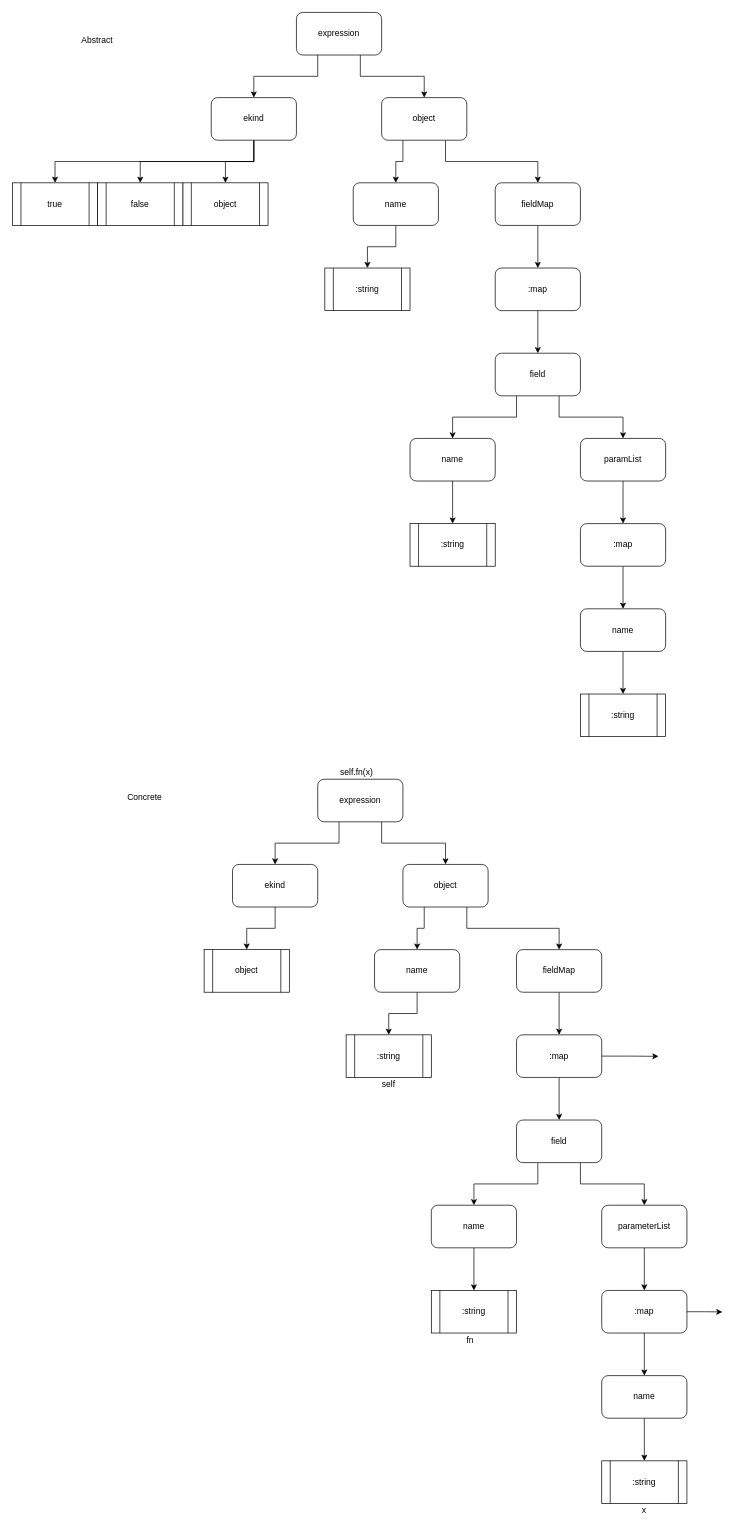
bmfbp/bmfbp keeps this draw.io diagram as build_process/esa-transpiler/exprtypes.drawio. Above is the earlier version. Source tidied: cells renumbered, new cells numbered last; positions are measured from the earlier drawing's top-left corner, leaving out a move shared by most shapes. Both pictures are drawn from the tidied source at 71%, with x=0, y=0 at pixel (12, 12).
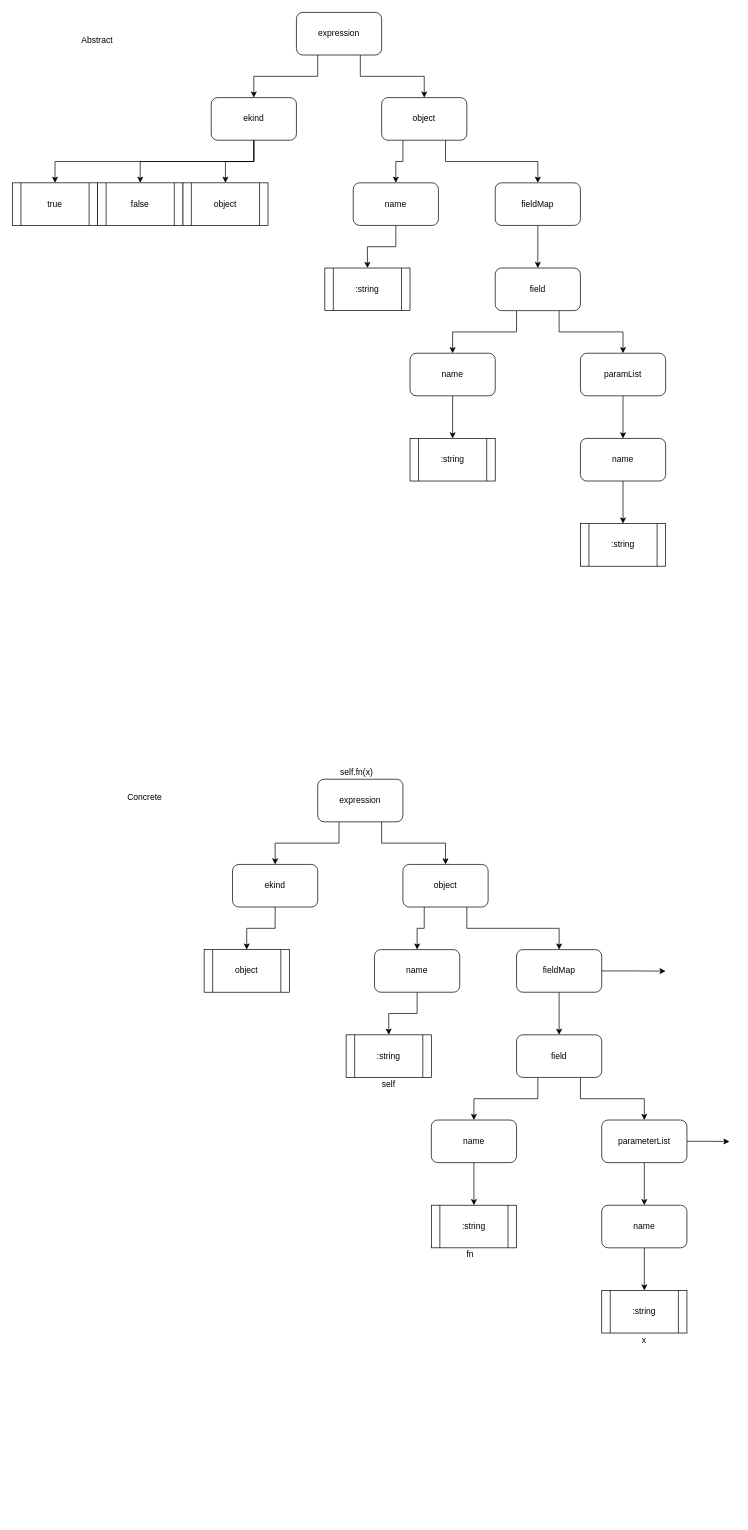
After the change.

Unchanged cells that the change refers to:
```xml
<mxCell id="16" value="fieldMap" style="rounded=1;whiteSpace=wrap;html=1;" parent="1" vertex="1">
  <mxGeometry x="680" y="240" width="120" height="60" as="geometry" />
</mxCell>
<mxCell id="46" value="fieldMap" style="rounded=1;whiteSpace=wrap;html=1;" parent="1" vertex="1">
  <mxGeometry x="710" y="1320" width="120" height="60" as="geometry" />
</mxCell>
```

What changed in the source:
```diff
@@
-    <mxCell id="15" style="edgeStyle=orthogonalEdgeStyle;rounded=0;jettySize=auto;html=1;exitX=0.5;exitY=1;exitDx=0;exitDy=0;entryX=0.5;entryY=0;entryDx=0;entryDy=0;" parent="1" edge="1" source="16" target="21">
-      <mxGeometry relative="1" as="geometry" />
-    </mxCell>
+    <mxCell id="72" style="edgeStyle=orthogonalEdgeStyle;rounded=0;jettySize=auto;html=1;exitX=0.5;exitY=1;exitDx=0;exitDy=0;entryX=0.5;entryY=0;entryDx=0;entryDy=0;" parent="1" edge="1" source="16" target="24">
+      <mxGeometry relative="1" as="geometry" />
+    </mxCell>
@@
-    <mxCell id="20" style="edgeStyle=orthogonalEdgeStyle;rounded=0;jettySize=auto;html=1;exitX=0.5;exitY=1;exitDx=0;exitDy=0;" parent="1" edge="1" source="21" target="24">
-      <mxGeometry relative="1" as="geometry" />
-    </mxCell>
-    <mxCell id="21" value=":map" style="rounded=1;whiteSpace=wrap;html=1;" parent="1" vertex="1">
-      <mxGeometry x="680" y="360" width="120" height="60" as="geometry" />
-    </mxCell>
@@
     <mxCell id="24" value="field" style="rounded=1;whiteSpace=wrap;html=1;" parent="1" vertex="1">
-      <mxGeometry x="680" y="480" width="120" height="60" as="geometry" />
+      <mxGeometry x="680" y="360" width="120" height="60" as="geometry" />
     </mxCell>
@@
     <mxCell id="26" value="name" style="rounded=1;whiteSpace=wrap;html=1;" parent="1" vertex="1">
-      <mxGeometry x="560" y="600" width="120" height="60" as="geometry" />
+      <mxGeometry x="560" y="480" width="120" height="60" as="geometry" />
     </mxCell>
@@
     <mxCell id="28" value="name" style="rounded=1;whiteSpace=wrap;html=1;" parent="1" vertex="1">
-      <mxGeometry x="800" y="840" width="120" height="60" as="geometry" />
+      <mxGeometry x="800" y="600" width="120" height="60" as="geometry" />
     </mxCell>
     <mxCell id="29" value=":string" style="shape=process;whiteSpace=wrap;html=1;backgroundOutline=1;" parent="1" vertex="1">
-      <mxGeometry x="560" y="720" width="120" height="60" as="geometry" />
+      <mxGeometry x="560" y="600" width="120" height="60" as="geometry" />
     </mxCell>
     <mxCell id="30" value=":string" style="shape=process;whiteSpace=wrap;html=1;backgroundOutline=1;" parent="1" vertex="1">
-      <mxGeometry x="800" y="960" width="120" height="60" as="geometry" />
+      <mxGeometry x="800" y="720" width="120" height="60" as="geometry" />
     </mxCell>
@@
-    <mxCell id="32" style="edgeStyle=orthogonalEdgeStyle;rounded=0;jettySize=auto;html=1;exitX=0.5;exitY=1;exitDx=0;exitDy=0;entryX=0.5;entryY=0;entryDx=0;entryDy=0;" parent="1" edge="1" source="33" target="28">
-      <mxGeometry relative="1" as="geometry" />
-    </mxCell>
-    <mxCell id="33" value=":map" style="rounded=1;whiteSpace=wrap;html=1;" parent="1" vertex="1">
-      <mxGeometry x="800" y="720" width="120" height="60" as="geometry" />
-    </mxCell>
-    <mxCell id="34" style="edgeStyle=orthogonalEdgeStyle;rounded=0;jettySize=auto;html=1;exitX=0.5;exitY=1;exitDx=0;exitDy=0;entryX=0.5;entryY=0;entryDx=0;entryDy=0;" parent="1" edge="1" source="35" target="33">
-      <mxGeometry relative="1" as="geometry" />
-    </mxCell>
+    <mxCell id="73" style="edgeStyle=orthogonalEdgeStyle;rounded=0;jettySize=auto;html=1;exitX=0.5;exitY=1;exitDx=0;exitDy=0;" parent="1" edge="1" source="35" target="28">
+      <mxGeometry relative="1" as="geometry" />
+    </mxCell>
     <mxCell id="35" value="paramList" style="rounded=1;whiteSpace=wrap;html=1;" parent="1" vertex="1">
-      <mxGeometry x="800" y="600" width="120" height="60" as="geometry" />
+      <mxGeometry x="800" y="480" width="120" height="60" as="geometry" />
     </mxCell>
@@
-    <mxCell id="45" style="edgeStyle=orthogonalEdgeStyle;rounded=0;jettySize=auto;html=1;exitX=0.5;exitY=1;exitDx=0;exitDy=0;entryX=0.5;entryY=0;entryDx=0;entryDy=0;" parent="1" edge="1" source="46" target="52">
-      <mxGeometry relative="1" as="geometry" />
-    </mxCell>
+    <mxCell id="74" style="edgeStyle=orthogonalEdgeStyle;rounded=0;jettySize=auto;html=1;exitX=1;exitY=0.5;exitDx=0;exitDy=0;" parent="1" edge="1" source="46">
+      <mxGeometry relative="1" as="geometry">
+        <mxPoint x="920" y="1350.3" as="targetPoint" />
+      </mxGeometry>
+    </mxCell>
+    <mxCell id="75" style="edgeStyle=orthogonalEdgeStyle;rounded=0;jettySize=auto;html=1;exitX=0.5;exitY=1;exitDx=0;exitDy=0;" parent="1" edge="1" source="46" target="55">
+      <mxGeometry relative="1" as="geometry" />
+    </mxCell>
@@
-    <mxCell id="50" style="edgeStyle=orthogonalEdgeStyle;rounded=0;jettySize=auto;html=1;exitX=0.5;exitY=1;exitDx=0;exitDy=0;" parent="1" edge="1" source="52" target="55">
-      <mxGeometry relative="1" as="geometry" />
-    </mxCell>
-    <mxCell id="51" style="edgeStyle=orthogonalEdgeStyle;rounded=0;jettySize=auto;html=1;exitX=1;exitY=0.5;exitDx=0;exitDy=0;" parent="1" edge="1" source="52">
-      <mxGeometry relative="1" as="geometry">
-        <mxPoint x="910" y="1470.3" as="targetPoint" />
-      </mxGeometry>
-    </mxCell>
-    <mxCell id="52" value=":map" style="rounded=1;whiteSpace=wrap;html=1;" parent="1" vertex="1">
-      <mxGeometry x="710" y="1440" width="120" height="60" as="geometry" />
-    </mxCell>
@@
     <mxCell id="55" value="field" style="rounded=1;whiteSpace=wrap;html=1;" parent="1" vertex="1">
-      <mxGeometry x="710" y="1560" width="120" height="60" as="geometry" />
+      <mxGeometry x="710" y="1440" width="120" height="60" as="geometry" />
     </mxCell>
@@
     <mxCell id="57" value="name" style="rounded=1;whiteSpace=wrap;html=1;" parent="1" vertex="1">
-      <mxGeometry x="590" y="1680" width="120" height="60" as="geometry" />
+      <mxGeometry x="590" y="1560" width="120" height="60" as="geometry" />
     </mxCell>
@@
     <mxCell id="59" value="name" style="rounded=1;whiteSpace=wrap;html=1;" parent="1" vertex="1">
-      <mxGeometry x="830" y="1920" width="120" height="60" as="geometry" />
+      <mxGeometry x="830" y="1680" width="120" height="60" as="geometry" />
     </mxCell>
     <mxCell id="60" value=":string" style="shape=process;whiteSpace=wrap;html=1;backgroundOutline=1;" parent="1" vertex="1">
-      <mxGeometry x="590" y="1800" width="120" height="60" as="geometry" />
+      <mxGeometry x="590" y="1680" width="120" height="60" as="geometry" />
     </mxCell>
     <mxCell id="61" value=":string" style="shape=process;whiteSpace=wrap;html=1;backgroundOutline=1;" parent="1" vertex="1">
-      <mxGeometry x="830" y="2040" width="120" height="60" as="geometry" />
+      <mxGeometry x="830" y="1800" width="120" height="60" as="geometry" />
     </mxCell>
-    <mxCell id="62" style="edgeStyle=orthogonalEdgeStyle;rounded=0;jettySize=auto;html=1;exitX=0.5;exitY=1;exitDx=0;exitDy=0;entryX=0.5;entryY=0;entryDx=0;entryDy=0;" parent="1" edge="1" source="64" target="59">
-      <mxGeometry relative="1" as="geometry" />
-    </mxCell>
-    <mxCell id="63" style="edgeStyle=orthogonalEdgeStyle;rounded=0;jettySize=auto;html=1;exitX=1;exitY=0.5;exitDx=0;exitDy=0;" parent="1" edge="1" source="64">
-      <mxGeometry relative="1" as="geometry">
-        <mxPoint x="1000" y="1830.3" as="targetPoint" />
-      </mxGeometry>
-    </mxCell>
-    <mxCell id="64" value=":map" style="rounded=1;whiteSpace=wrap;html=1;" parent="1" vertex="1">
-      <mxGeometry x="830" y="1800" width="120" height="60" as="geometry" />
-    </mxCell>
-    <mxCell id="65" style="edgeStyle=orthogonalEdgeStyle;rounded=0;jettySize=auto;html=1;exitX=0.5;exitY=1;exitDx=0;exitDy=0;entryX=0.5;entryY=0;entryDx=0;entryDy=0;" parent="1" edge="1" source="66" target="64">
-      <mxGeometry relative="1" as="geometry" />
-    </mxCell>
+    <mxCell id="76" style="edgeStyle=orthogonalEdgeStyle;rounded=0;jettySize=auto;html=1;exitX=1;exitY=0.5;exitDx=0;exitDy=0;" parent="1" edge="1" source="66">
+      <mxGeometry relative="1" as="geometry">
+        <mxPoint x="1010" y="1590.3" as="targetPoint" />
+      </mxGeometry>
+    </mxCell>
+    <mxCell id="77" style="edgeStyle=orthogonalEdgeStyle;rounded=0;jettySize=auto;html=1;exitX=0.5;exitY=1;exitDx=0;exitDy=0;entryX=0.5;entryY=0;entryDx=0;entryDy=0;" parent="1" edge="1" source="66" target="59">
+      <mxGeometry relative="1" as="geometry" />
+    </mxCell>
     <mxCell id="66" value="parameterList" style="rounded=1;whiteSpace=wrap;html=1;" parent="1" vertex="1">
-      <mxGeometry x="830" y="1680" width="120" height="60" as="geometry" />
+      <mxGeometry x="830" y="1560" width="120" height="60" as="geometry" />
     </mxCell>
@@
     <mxCell id="68" value="fn" style="text;html=1;strokeColor=none;fillColor=none;align=center;verticalAlign=middle;whiteSpace=wrap;rounded=0;" parent="1" vertex="1">
-      <mxGeometry x="610" y="1860" width="70" height="20" as="geometry" />
+      <mxGeometry x="610" y="1740" width="70" height="20" as="geometry" />
     </mxCell>
     <mxCell id="69" value="x" style="text;html=1;strokeColor=none;fillColor=none;align=center;verticalAlign=middle;whiteSpace=wrap;rounded=0;" parent="1" vertex="1">
-      <mxGeometry x="855" y="2100" width="70" height="20" as="geometry" />
+      <mxGeometry x="855" y="1860" width="70" height="20" as="geometry" />
     </mxCell>
```
